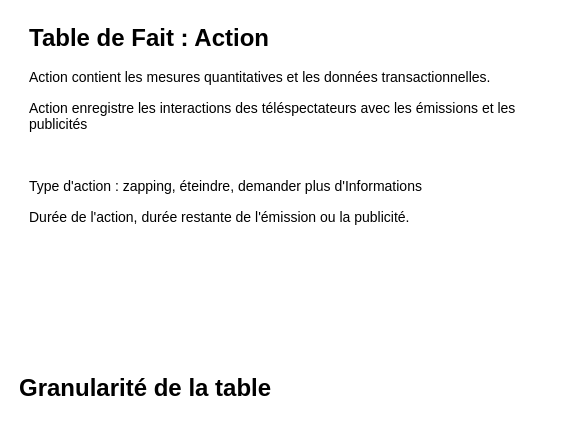
The draw.io diagram page "T_Faits" (1 of 6) of Exercice1/Exercice2.drawio in christart-code/BI, before the edit. Source tidied: cells renumbered, new cells numbered last; positions are measured from the earlier drawing's top-left corner, leaving out a move shared by most shapes. Both pictures are drawn from the tidied source at 100%, with x=0, y=0 at pixel (17, 17).
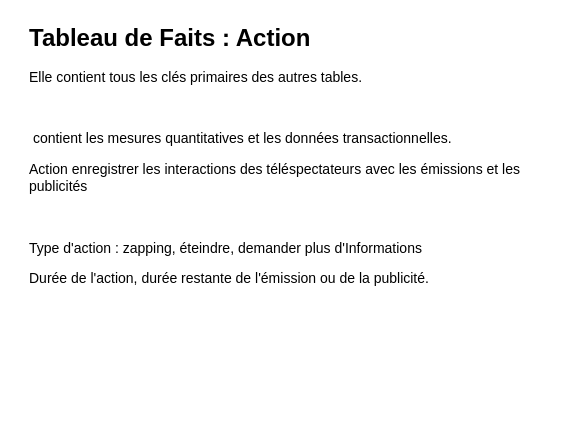
Above is the later version.

The edit, as a diff of the source:
```diff
@@
 <mxGraphModel>
   <root>
     <mxCell id="0" />
     <mxCell id="1" parent="0" />
-    <mxCell id="2" value="&lt;h1 style=&quot;margin-top: 0px;&quot;&gt;Table de Fait : Action&lt;/h1&gt;&lt;p style=&quot;font-size: 14px;&quot;&gt;&lt;font style=&quot;font-size: 14px;&quot;&gt;Action contient les mesures quantitatives et les données transactionnelles.&lt;/font&gt;&lt;/p&gt;&lt;p style=&quot;font-size: 14px;&quot;&gt;&lt;font style=&quot;font-size: 14px;&quot;&gt;Action enregistre les interactions des téléspectateurs avec les émissions et les publicités&lt;/font&gt;&lt;/p&gt;&lt;p style=&quot;font-size: 14px;&quot;&gt;&lt;font style=&quot;font-size: 14px;&quot;&gt;&lt;br&gt;&lt;/font&gt;&lt;/p&gt;&lt;p style=&quot;font-size: 14px;&quot;&gt;&lt;font style=&quot;font-size: 14px;&quot;&gt;Type d'action : zapping, éteindre, demander plus d'Informations&lt;/font&gt;&lt;/p&gt;&lt;p style=&quot;font-size: 14px;&quot;&gt;&lt;font style=&quot;font-size: 14px;&quot;&gt;Durée de l'action, durée restante de l'émission ou la publicité.&lt;/font&gt;&lt;/p&gt;&lt;p&gt;&lt;br&gt;&lt;/p&gt;&lt;p&gt;&lt;br&gt;&lt;/p&gt;" style="text;html=1;whiteSpace=wrap;overflow=hidden;rounded=0;" parent="1" vertex="1">
-      <mxGeometry x="10" width="520" height="240" as="geometry" />
+    <mxCell id="2" value="&lt;h1 style=&quot;margin-top: 0px;&quot;&gt;Tableau de Faits : Action&lt;/h1&gt;&lt;p style=&quot;font-size: 14px;&quot;&gt;&lt;font style=&quot;font-size: 14px;&quot;&gt;Elle contient tous les clés primaires des autres tables.&lt;/font&gt;&lt;/p&gt;&lt;p style=&quot;font-size: 14px;&quot;&gt;&lt;font style=&quot;font-size: 14px;&quot;&gt;&lt;br&gt;&lt;/font&gt;&lt;/p&gt;&lt;p style=&quot;font-size: 14px;&quot;&gt;&lt;font style=&quot;font-size: 14px;&quot;&gt;&amp;nbsp;contient les mesures quantitatives et les données transactionnelles.&lt;/font&gt;&lt;/p&gt;&lt;p style=&quot;font-size: 14px;&quot;&gt;&lt;font style=&quot;font-size: 14px;&quot;&gt;Action enregistrer les interactions des téléspectateurs avec les émissions et les publicités&lt;/font&gt;&lt;/p&gt;&lt;p style=&quot;font-size: 14px;&quot;&gt;&lt;font style=&quot;font-size: 14px;&quot;&gt;&lt;br&gt;&lt;/font&gt;&lt;/p&gt;&lt;p style=&quot;font-size: 14px;&quot;&gt;&lt;font style=&quot;font-size: 14px;&quot;&gt;Type d'action : zapping, éteindre, demander plus d'Informations&lt;/font&gt;&lt;/p&gt;&lt;p style=&quot;font-size: 14px;&quot;&gt;&lt;font style=&quot;font-size: 14px;&quot;&gt;Durée de l'action, durée restante de l'émission ou de la publicité.&lt;/font&gt;&lt;/p&gt;&lt;p&gt;&lt;br&gt;&lt;/p&gt;&lt;p&gt;&lt;br&gt;&lt;/p&gt;" style="text;html=1;whiteSpace=wrap;overflow=hidden;rounded=0;" parent="1" vertex="1">
+      <mxGeometry x="10" width="540" height="320" as="geometry" />
     </mxCell>
-    <mxCell id="3" value="&lt;h1 style=&quot;margin-top: 0px;&quot;&gt;Granularité de la table&lt;/h1&gt;&lt;p&gt;&lt;br&gt;&lt;/p&gt;&lt;p&gt;&lt;br&gt;&lt;/p&gt;&lt;p&gt;&lt;br&gt;&lt;/p&gt;" style="text;html=1;whiteSpace=wrap;overflow=hidden;rounded=0;" parent="1" vertex="1">
-      <mxGeometry y="350" width="350" height="50" as="geometry" />
-    </mxCell>
   </root>
 </mxGraphModel>
```
